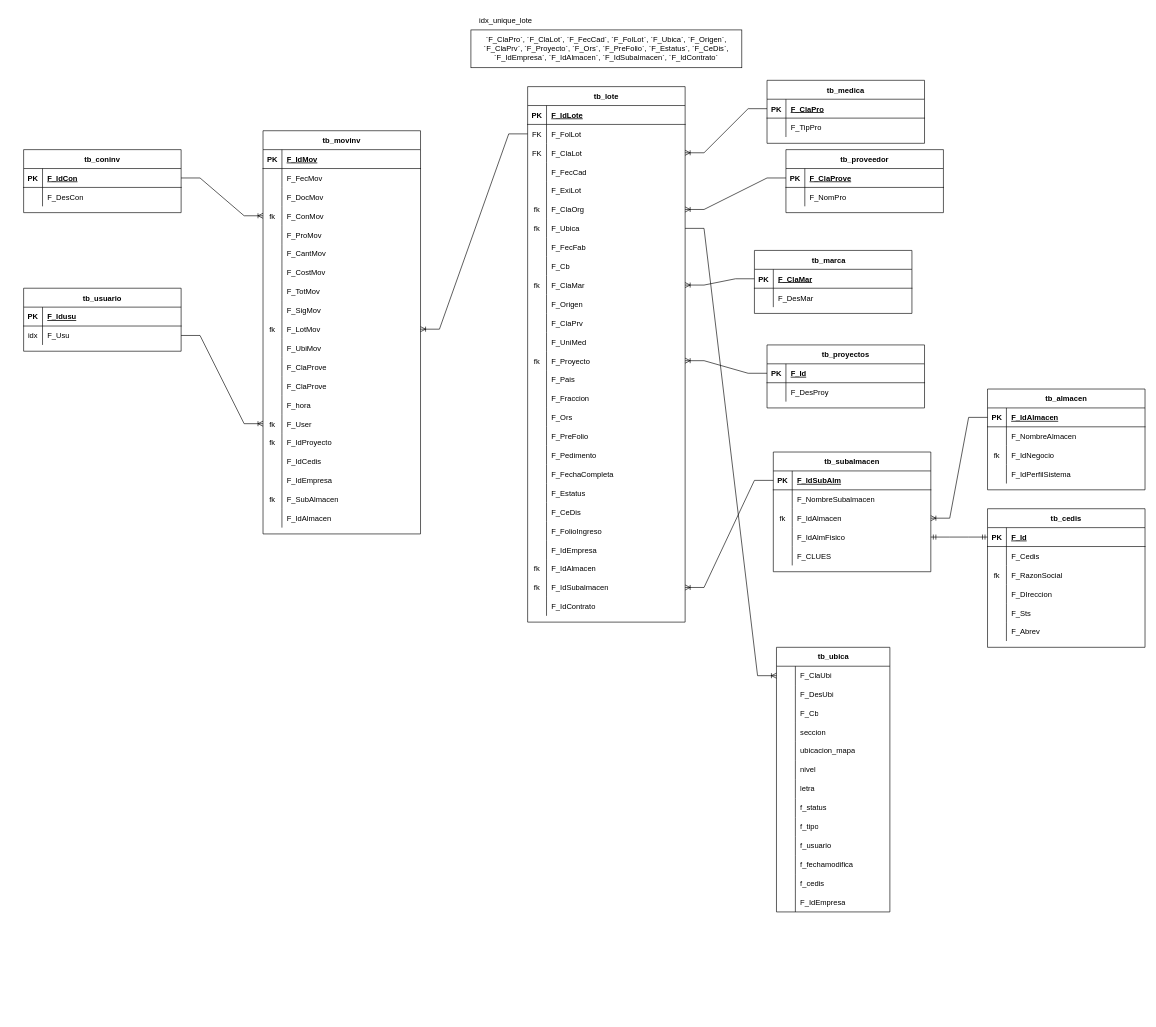
ErnestoDanielTafoyaMolinaCYM/clases-cat-cym keeps this draw.io diagram as TraspasosSubalmacenes.drawio. Above is the earlier version. Source tidied: cells renumbered, new cells numbered last; positions are measured from the earlier drawing's top-left corner, leaving out a move shared by most shapes. Both pictures are drawn from the tidied source at 63%, with x=0, y=0 at pixel (23, 11).
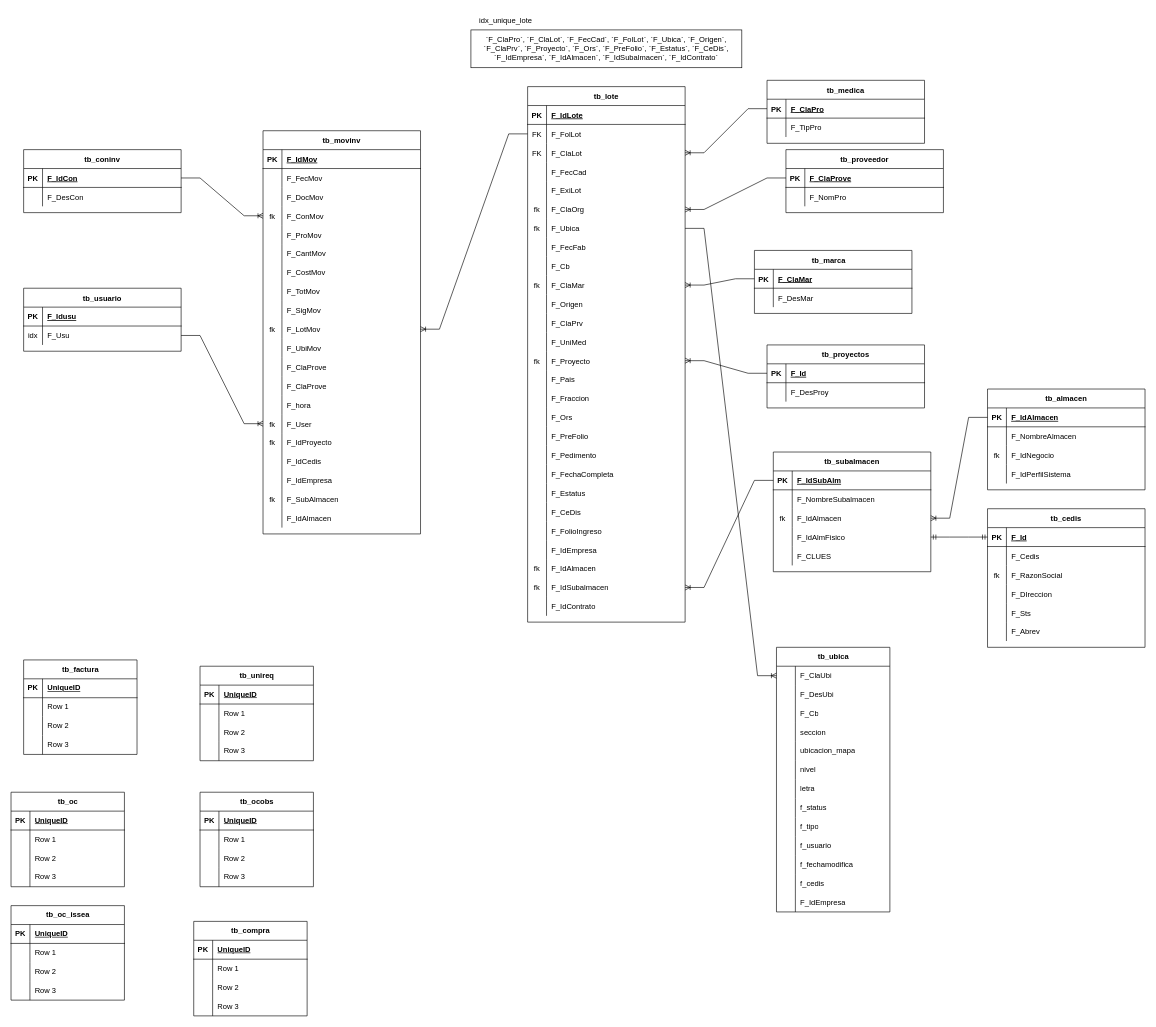
The same diagram, later.

Change to the diagram source:
```diff
@@
+    <mxCell id="289" value="tb_factura" style="shape=table;startSize=30;childLayout=tableLayout;rowLines=0;fontStyle=1;align=center;html=1;" parent="1" vertex="1">
+      <mxGeometry y="1030" width="180" height="150" as="geometry" />
+    </mxCell>
+    <mxCell id="290" style="shape=tableRow;horizontal=0;startSize=0;swimlaneHead=0;swimlaneBody=0;fillColor=none;top=0;left=0;right=0;bottom=1;" parent="289" vertex="1">
+      <mxGeometry y="30" width="180" height="30" as="geometry" />
+    </mxCell>
+    <mxCell id="291" value="PK" style="shape=partialRectangle;fillColor=none;top=0;left=0;bottom=0;right=0;fontStyle=1;overflow=hidden;whiteSpace=wrap;html=1;" parent="290" vertex="1">
+      <mxGeometry width="30" height="30" as="geometry" />
+    </mxCell>
+    <mxCell id="292" value="UniqueID" style="shape=partialRectangle;fillColor=none;top=0;left=0;bottom=0;right=0;align=left;spacingLeft=6;fontStyle=5;overflow=hidden;whiteSpace=wrap;html=1;" parent="290" vertex="1">
+      <mxGeometry x="30" width="150" height="30" as="geometry" />
+    </mxCell>
+    <mxCell id="293" style="shape=tableRow;horizontal=0;startSize=0;swimlaneHead=0;swimlaneBody=0;fillColor=none;top=0;left=0;right=0;bottom=0;" parent="289" vertex="1">
+      <mxGeometry y="60" width="180" height="30" as="geometry" />
+    </mxCell>
+    <mxCell id="294" style="shape=partialRectangle;fillColor=none;top=0;left=0;bottom=0;right=0;overflow=hidden;whiteSpace=wrap;html=1;" parent="293" vertex="1">
+      <mxGeometry width="30" height="30" as="geometry" />
+    </mxCell>
+    <mxCell id="295" value="Row 1" style="shape=partialRectangle;fillColor=none;top=0;left=0;bottom=0;right=0;align=left;spacingLeft=6;overflow=hidden;whiteSpace=wrap;html=1;" parent="293" vertex="1">
+      <mxGeometry x="30" width="150" height="30" as="geometry" />
+    </mxCell>
+    <mxCell id="296" style="shape=tableRow;horizontal=0;startSize=0;swimlaneHead=0;swimlaneBody=0;fillColor=none;top=0;left=0;right=0;bottom=0;" parent="289" vertex="1">
+      <mxGeometry y="90" width="180" height="30" as="geometry" />
+    </mxCell>
+    <mxCell id="297" style="shape=partialRectangle;fillColor=none;top=0;left=0;bottom=0;right=0;overflow=hidden;whiteSpace=wrap;html=1;" parent="296" vertex="1">
+      <mxGeometry width="30" height="30" as="geometry" />
+    </mxCell>
+    <mxCell id="298" value="Row 2" style="shape=partialRectangle;fillColor=none;top=0;left=0;bottom=0;right=0;align=left;spacingLeft=6;overflow=hidden;whiteSpace=wrap;html=1;" parent="296" vertex="1">
+      <mxGeometry x="30" width="150" height="30" as="geometry" />
+    </mxCell>
+    <mxCell id="299" style="shape=tableRow;horizontal=0;startSize=0;swimlaneHead=0;swimlaneBody=0;fillColor=none;top=0;left=0;right=0;bottom=0;" parent="289" vertex="1">
+      <mxGeometry y="120" width="180" height="30" as="geometry" />
+    </mxCell>
+    <mxCell id="300" style="shape=partialRectangle;fillColor=none;top=0;left=0;bottom=0;right=0;overflow=hidden;whiteSpace=wrap;html=1;" parent="299" vertex="1">
+      <mxGeometry width="30" height="30" as="geometry" />
+    </mxCell>
+    <mxCell id="301" value="Row 3" style="shape=partialRectangle;fillColor=none;top=0;left=0;bottom=0;right=0;align=left;spacingLeft=6;overflow=hidden;whiteSpace=wrap;html=1;" parent="299" vertex="1">
+      <mxGeometry x="30" width="150" height="30" as="geometry" />
+    </mxCell>
+    <mxCell id="302" value="tb_unireq" style="shape=table;startSize=30;childLayout=tableLayout;rowLines=0;fontStyle=1;align=center;html=1;" parent="1" vertex="1">
+      <mxGeometry x="280" y="1040" width="180" height="150" as="geometry" />
+    </mxCell>
+    <mxCell id="303" style="shape=tableRow;horizontal=0;startSize=0;swimlaneHead=0;swimlaneBody=0;fillColor=none;top=0;left=0;right=0;bottom=1;" parent="302" vertex="1">
+      <mxGeometry y="30" width="180" height="30" as="geometry" />
+    </mxCell>
+    <mxCell id="304" value="PK" style="shape=partialRectangle;fillColor=none;top=0;left=0;bottom=0;right=0;fontStyle=1;overflow=hidden;whiteSpace=wrap;html=1;" parent="303" vertex="1">
+      <mxGeometry width="30" height="30" as="geometry" />
+    </mxCell>
+    <mxCell id="305" value="UniqueID" style="shape=partialRectangle;fillColor=none;top=0;left=0;bottom=0;right=0;align=left;spacingLeft=6;fontStyle=5;overflow=hidden;whiteSpace=wrap;html=1;" parent="303" vertex="1">
+      <mxGeometry x="30" width="150" height="30" as="geometry" />
+    </mxCell>
+    <mxCell id="306" style="shape=tableRow;horizontal=0;startSize=0;swimlaneHead=0;swimlaneBody=0;fillColor=none;top=0;left=0;right=0;bottom=0;" parent="302" vertex="1">
+      <mxGeometry y="60" width="180" height="30" as="geometry" />
+    </mxCell>
+    <mxCell id="307" style="shape=partialRectangle;fillColor=none;top=0;left=0;bottom=0;right=0;overflow=hidden;whiteSpace=wrap;html=1;" parent="306" vertex="1">
+      <mxGeometry width="30" height="30" as="geometry" />
+    </mxCell>
+    <mxCell id="308" value="Row 1" style="shape=partialRectangle;fillColor=none;top=0;left=0;bottom=0;right=0;align=left;spacingLeft=6;overflow=hidden;whiteSpace=wrap;html=1;" parent="306" vertex="1">
+      <mxGeometry x="30" width="150" height="30" as="geometry" />
+    </mxCell>
+    <mxCell id="309" style="shape=tableRow;horizontal=0;startSize=0;swimlaneHead=0;swimlaneBody=0;fillColor=none;top=0;left=0;right=0;bottom=0;" parent="302" vertex="1">
+      <mxGeometry y="90" width="180" height="30" as="geometry" />
+    </mxCell>
+    <mxCell id="310" style="shape=partialRectangle;fillColor=none;top=0;left=0;bottom=0;right=0;overflow=hidden;whiteSpace=wrap;html=1;" parent="309" vertex="1">
+      <mxGeometry width="30" height="30" as="geometry" />
+    </mxCell>
+    <mxCell id="311" value="Row 2" style="shape=partialRectangle;fillColor=none;top=0;left=0;bottom=0;right=0;align=left;spacingLeft=6;overflow=hidden;whiteSpace=wrap;html=1;" parent="309" vertex="1">
+      <mxGeometry x="30" width="150" height="30" as="geometry" />
+    </mxCell>
+    <mxCell id="312" style="shape=tableRow;horizontal=0;startSize=0;swimlaneHead=0;swimlaneBody=0;fillColor=none;top=0;left=0;right=0;bottom=0;" parent="302" vertex="1">
+      <mxGeometry y="120" width="180" height="30" as="geometry" />
+    </mxCell>
+    <mxCell id="313" style="shape=partialRectangle;fillColor=none;top=0;left=0;bottom=0;right=0;overflow=hidden;whiteSpace=wrap;html=1;" parent="312" vertex="1">
+      <mxGeometry width="30" height="30" as="geometry" />
+    </mxCell>
+    <mxCell id="314" value="Row 3" style="shape=partialRectangle;fillColor=none;top=0;left=0;bottom=0;right=0;align=left;spacingLeft=6;overflow=hidden;whiteSpace=wrap;html=1;" parent="312" vertex="1">
+      <mxGeometry x="30" width="150" height="30" as="geometry" />
+    </mxCell>
+    <mxCell id="315" value="tb_oc" style="shape=table;startSize=30;childLayout=tableLayout;rowLines=0;fontStyle=1;align=center;html=1;" parent="1" vertex="1">
+      <mxGeometry x="-20" y="1240" width="180" height="150" as="geometry" />
+    </mxCell>
+    <mxCell id="316" style="shape=tableRow;horizontal=0;startSize=0;swimlaneHead=0;swimlaneBody=0;fillColor=none;top=0;left=0;right=0;bottom=1;" parent="315" vertex="1">
+      <mxGeometry y="30" width="180" height="30" as="geometry" />
+    </mxCell>
+    <mxCell id="317" value="PK" style="shape=partialRectangle;fillColor=none;top=0;left=0;bottom=0;right=0;fontStyle=1;overflow=hidden;whiteSpace=wrap;html=1;" parent="316" vertex="1">
+      <mxGeometry width="30" height="30" as="geometry" />
+    </mxCell>
+    <mxCell id="318" value="UniqueID" style="shape=partialRectangle;fillColor=none;top=0;left=0;bottom=0;right=0;align=left;spacingLeft=6;fontStyle=5;overflow=hidden;whiteSpace=wrap;html=1;" parent="316" vertex="1">
+      <mxGeometry x="30" width="150" height="30" as="geometry" />
+    </mxCell>
+    <mxCell id="319" style="shape=tableRow;horizontal=0;startSize=0;swimlaneHead=0;swimlaneBody=0;fillColor=none;top=0;left=0;right=0;bottom=0;" parent="315" vertex="1">
+      <mxGeometry y="60" width="180" height="30" as="geometry" />
+    </mxCell>
+    <mxCell id="320" style="shape=partialRectangle;fillColor=none;top=0;left=0;bottom=0;right=0;overflow=hidden;whiteSpace=wrap;html=1;" parent="319" vertex="1">
+      <mxGeometry width="30" height="30" as="geometry" />
+    </mxCell>
+    <mxCell id="321" value="Row 1" style="shape=partialRectangle;fillColor=none;top=0;left=0;bottom=0;right=0;align=left;spacingLeft=6;overflow=hidden;whiteSpace=wrap;html=1;" parent="319" vertex="1">
+      <mxGeometry x="30" width="150" height="30" as="geometry" />
+    </mxCell>
+    <mxCell id="322" style="shape=tableRow;horizontal=0;startSize=0;swimlaneHead=0;swimlaneBody=0;fillColor=none;top=0;left=0;right=0;bottom=0;" parent="315" vertex="1">
+      <mxGeometry y="90" width="180" height="30" as="geometry" />
+    </mxCell>
+    <mxCell id="323" style="shape=partialRectangle;fillColor=none;top=0;left=0;bottom=0;right=0;overflow=hidden;whiteSpace=wrap;html=1;" parent="322" vertex="1">
+      <mxGeometry width="30" height="30" as="geometry" />
+    </mxCell>
+    <mxCell id="324" value="Row 2" style="shape=partialRectangle;fillColor=none;top=0;left=0;bottom=0;right=0;align=left;spacingLeft=6;overflow=hidden;whiteSpace=wrap;html=1;" parent="322" vertex="1">
+      <mxGeometry x="30" width="150" height="30" as="geometry" />
+    </mxCell>
+    <mxCell id="325" style="shape=tableRow;horizontal=0;startSize=0;swimlaneHead=0;swimlaneBody=0;fillColor=none;top=0;left=0;right=0;bottom=0;" parent="315" vertex="1">
+      <mxGeometry y="120" width="180" height="30" as="geometry" />
+    </mxCell>
+    <mxCell id="326" style="shape=partialRectangle;fillColor=none;top=0;left=0;bottom=0;right=0;overflow=hidden;whiteSpace=wrap;html=1;" parent="325" vertex="1">
+      <mxGeometry width="30" height="30" as="geometry" />
+    </mxCell>
+    <mxCell id="327" value="Row 3" style="shape=partialRectangle;fillColor=none;top=0;left=0;bottom=0;right=0;align=left;spacingLeft=6;overflow=hidden;whiteSpace=wrap;html=1;" parent="325" vertex="1">
+      <mxGeometry x="30" width="150" height="30" as="geometry" />
+    </mxCell>
+    <mxCell id="328" value="tb_ocobs" style="shape=table;startSize=30;childLayout=tableLayout;rowLines=0;fontStyle=1;align=center;html=1;" parent="1" vertex="1">
+      <mxGeometry x="280" y="1240" width="180" height="150" as="geometry" />
+    </mxCell>
+    <mxCell id="329" style="shape=tableRow;horizontal=0;startSize=0;swimlaneHead=0;swimlaneBody=0;fillColor=none;top=0;left=0;right=0;bottom=1;" parent="328" vertex="1">
+      <mxGeometry y="30" width="180" height="30" as="geometry" />
+    </mxCell>
+    <mxCell id="330" value="PK" style="shape=partialRectangle;fillColor=none;top=0;left=0;bottom=0;right=0;fontStyle=1;overflow=hidden;whiteSpace=wrap;html=1;" parent="329" vertex="1">
+      <mxGeometry width="30" height="30" as="geometry" />
+    </mxCell>
+    <mxCell id="331" value="UniqueID" style="shape=partialRectangle;fillColor=none;top=0;left=0;bottom=0;right=0;align=left;spacingLeft=6;fontStyle=5;overflow=hidden;whiteSpace=wrap;html=1;" parent="329" vertex="1">
+      <mxGeometry x="30" width="150" height="30" as="geometry" />
+    </mxCell>
+    <mxCell id="332" style="shape=tableRow;horizontal=0;startSize=0;swimlaneHead=0;swimlaneBody=0;fillColor=none;top=0;left=0;right=0;bottom=0;" parent="328" vertex="1">
+      <mxGeometry y="60" width="180" height="30" as="geometry" />
+    </mxCell>
+    <mxCell id="333" style="shape=partialRectangle;fillColor=none;top=0;left=0;bottom=0;right=0;overflow=hidden;whiteSpace=wrap;html=1;" parent="332" vertex="1">
+      <mxGeometry width="30" height="30" as="geometry" />
+    </mxCell>
+    <mxCell id="334" value="Row 1" style="shape=partialRectangle;fillColor=none;top=0;left=0;bottom=0;right=0;align=left;spacingLeft=6;overflow=hidden;whiteSpace=wrap;html=1;" parent="332" vertex="1">
+      <mxGeometry x="30" width="150" height="30" as="geometry" />
+    </mxCell>
+    <mxCell id="335" style="shape=tableRow;horizontal=0;startSize=0;swimlaneHead=0;swimlaneBody=0;fillColor=none;top=0;left=0;right=0;bottom=0;" parent="328" vertex="1">
+      <mxGeometry y="90" width="180" height="30" as="geometry" />
+    </mxCell>
+    <mxCell id="336" style="shape=partialRectangle;fillColor=none;top=0;left=0;bottom=0;right=0;overflow=hidden;whiteSpace=wrap;html=1;" parent="335" vertex="1">
+      <mxGeometry width="30" height="30" as="geometry" />
+    </mxCell>
+    <mxCell id="337" value="Row 2" style="shape=partialRectangle;fillColor=none;top=0;left=0;bottom=0;right=0;align=left;spacingLeft=6;overflow=hidden;whiteSpace=wrap;html=1;" parent="335" vertex="1">
+      <mxGeometry x="30" width="150" height="30" as="geometry" />
+    </mxCell>
+    <mxCell id="338" style="shape=tableRow;horizontal=0;startSize=0;swimlaneHead=0;swimlaneBody=0;fillColor=none;top=0;left=0;right=0;bottom=0;" parent="328" vertex="1">
+      <mxGeometry y="120" width="180" height="30" as="geometry" />
+    </mxCell>
+    <mxCell id="339" style="shape=partialRectangle;fillColor=none;top=0;left=0;bottom=0;right=0;overflow=hidden;whiteSpace=wrap;html=1;" parent="338" vertex="1">
+      <mxGeometry width="30" height="30" as="geometry" />
+    </mxCell>
+    <mxCell id="340" value="Row 3" style="shape=partialRectangle;fillColor=none;top=0;left=0;bottom=0;right=0;align=left;spacingLeft=6;overflow=hidden;whiteSpace=wrap;html=1;" parent="338" vertex="1">
+      <mxGeometry x="30" width="150" height="30" as="geometry" />
+    </mxCell>
+    <mxCell id="341" value="tb_oc_issea" style="shape=table;startSize=30;childLayout=tableLayout;rowLines=0;fontStyle=1;align=center;html=1;" parent="1" vertex="1">
+      <mxGeometry x="-20" y="1420" width="180" height="150" as="geometry" />
+    </mxCell>
+    <mxCell id="342" style="shape=tableRow;horizontal=0;startSize=0;swimlaneHead=0;swimlaneBody=0;fillColor=none;top=0;left=0;right=0;bottom=1;" parent="341" vertex="1">
+      <mxGeometry y="30" width="180" height="30" as="geometry" />
+    </mxCell>
+    <mxCell id="343" value="PK" style="shape=partialRectangle;fillColor=none;top=0;left=0;bottom=0;right=0;fontStyle=1;overflow=hidden;whiteSpace=wrap;html=1;" parent="342" vertex="1">
+      <mxGeometry width="30" height="30" as="geometry" />
+    </mxCell>
+    <mxCell id="344" value="UniqueID" style="shape=partialRectangle;fillColor=none;top=0;left=0;bottom=0;right=0;align=left;spacingLeft=6;fontStyle=5;overflow=hidden;whiteSpace=wrap;html=1;" parent="342" vertex="1">
+      <mxGeometry x="30" width="150" height="30" as="geometry" />
+    </mxCell>
+    <mxCell id="345" style="shape=tableRow;horizontal=0;startSize=0;swimlaneHead=0;swimlaneBody=0;fillColor=none;top=0;left=0;right=0;bottom=0;" parent="341" vertex="1">
+      <mxGeometry y="60" width="180" height="30" as="geometry" />
+    </mxCell>
+    <mxCell id="346" style="shape=partialRectangle;fillColor=none;top=0;left=0;bottom=0;right=0;overflow=hidden;whiteSpace=wrap;html=1;" parent="345" vertex="1">
+      <mxGeometry width="30" height="30" as="geometry" />
+    </mxCell>
+    <mxCell id="347" value="Row 1" style="shape=partialRectangle;fillColor=none;top=0;left=0;bottom=0;right=0;align=left;spacingLeft=6;overflow=hidden;whiteSpace=wrap;html=1;" parent="345" vertex="1">
+      <mxGeometry x="30" width="150" height="30" as="geometry" />
+    </mxCell>
+    <mxCell id="348" style="shape=tableRow;horizontal=0;startSize=0;swimlaneHead=0;swimlaneBody=0;fillColor=none;top=0;left=0;right=0;bottom=0;" parent="341" vertex="1">
+      <mxGeometry y="90" width="180" height="30" as="geometry" />
+    </mxCell>
+    <mxCell id="349" style="shape=partialRectangle;fillColor=none;top=0;left=0;bottom=0;right=0;overflow=hidden;whiteSpace=wrap;html=1;" parent="348" vertex="1">
+      <mxGeometry width="30" height="30" as="geometry" />
+    </mxCell>
+    <mxCell id="350" value="Row 2" style="shape=partialRectangle;fillColor=none;top=0;left=0;bottom=0;right=0;align=left;spacingLeft=6;overflow=hidden;whiteSpace=wrap;html=1;" parent="348" vertex="1">
+      <mxGeometry x="30" width="150" height="30" as="geometry" />
+    </mxCell>
+    <mxCell id="351" style="shape=tableRow;horizontal=0;startSize=0;swimlaneHead=0;swimlaneBody=0;fillColor=none;top=0;left=0;right=0;bottom=0;" parent="341" vertex="1">
+      <mxGeometry y="120" width="180" height="30" as="geometry" />
+    </mxCell>
+    <mxCell id="352" style="shape=partialRectangle;fillColor=none;top=0;left=0;bottom=0;right=0;overflow=hidden;whiteSpace=wrap;html=1;" parent="351" vertex="1">
+      <mxGeometry width="30" height="30" as="geometry" />
+    </mxCell>
+    <mxCell id="353" value="Row 3" style="shape=partialRectangle;fillColor=none;top=0;left=0;bottom=0;right=0;align=left;spacingLeft=6;overflow=hidden;whiteSpace=wrap;html=1;" parent="351" vertex="1">
+      <mxGeometry x="30" width="150" height="30" as="geometry" />
+    </mxCell>
+    <mxCell id="354" value="tb_compra" style="shape=table;startSize=30;childLayout=tableLayout;rowLines=0;fontStyle=1;align=center;html=1;" parent="1" vertex="1">
+      <mxGeometry x="270" y="1445" width="180" height="150" as="geometry" />
+    </mxCell>
+    <mxCell id="355" style="shape=tableRow;horizontal=0;startSize=0;swimlaneHead=0;swimlaneBody=0;fillColor=none;top=0;left=0;right=0;bottom=1;" parent="354" vertex="1">
+      <mxGeometry y="30" width="180" height="30" as="geometry" />
+    </mxCell>
+    <mxCell id="356" value="PK" style="shape=partialRectangle;fillColor=none;top=0;left=0;bottom=0;right=0;fontStyle=1;overflow=hidden;whiteSpace=wrap;html=1;" parent="355" vertex="1">
+      <mxGeometry width="30" height="30" as="geometry" />
+    </mxCell>
+    <mxCell id="357" value="UniqueID" style="shape=partialRectangle;fillColor=none;top=0;left=0;bottom=0;right=0;align=left;spacingLeft=6;fontStyle=5;overflow=hidden;whiteSpace=wrap;html=1;" parent="355" vertex="1">
+      <mxGeometry x="30" width="150" height="30" as="geometry" />
+    </mxCell>
+    <mxCell id="358" style="shape=tableRow;horizontal=0;startSize=0;swimlaneHead=0;swimlaneBody=0;fillColor=none;top=0;left=0;right=0;bottom=0;" parent="354" vertex="1">
+      <mxGeometry y="60" width="180" height="30" as="geometry" />
+    </mxCell>
+    <mxCell id="359" style="shape=partialRectangle;fillColor=none;top=0;left=0;bottom=0;right=0;overflow=hidden;whiteSpace=wrap;html=1;" parent="358" vertex="1">
+      <mxGeometry width="30" height="30" as="geometry" />
+    </mxCell>
+    <mxCell id="360" value="Row 1" style="shape=partialRectangle;fillColor=none;top=0;left=0;bottom=0;right=0;align=left;spacingLeft=6;overflow=hidden;whiteSpace=wrap;html=1;" parent="358" vertex="1">
+      <mxGeometry x="30" width="150" height="30" as="geometry" />
+    </mxCell>
+    <mxCell id="361" style="shape=tableRow;horizontal=0;startSize=0;swimlaneHead=0;swimlaneBody=0;fillColor=none;top=0;left=0;right=0;bottom=0;" parent="354" vertex="1">
+      <mxGeometry y="90" width="180" height="30" as="geometry" />
+    </mxCell>
+    <mxCell id="362" style="shape=partialRectangle;fillColor=none;top=0;left=0;bottom=0;right=0;overflow=hidden;whiteSpace=wrap;html=1;" parent="361" vertex="1">
+      <mxGeometry width="30" height="30" as="geometry" />
+    </mxCell>
+    <mxCell id="363" value="Row 2" style="shape=partialRectangle;fillColor=none;top=0;left=0;bottom=0;right=0;align=left;spacingLeft=6;overflow=hidden;whiteSpace=wrap;html=1;" parent="361" vertex="1">
+      <mxGeometry x="30" width="150" height="30" as="geometry" />
+    </mxCell>
+    <mxCell id="364" style="shape=tableRow;horizontal=0;startSize=0;swimlaneHead=0;swimlaneBody=0;fillColor=none;top=0;left=0;right=0;bottom=0;" parent="354" vertex="1">
+      <mxGeometry y="120" width="180" height="30" as="geometry" />
+    </mxCell>
+    <mxCell id="365" style="shape=partialRectangle;fillColor=none;top=0;left=0;bottom=0;right=0;overflow=hidden;whiteSpace=wrap;html=1;" parent="364" vertex="1">
+      <mxGeometry width="30" height="30" as="geometry" />
+    </mxCell>
+    <mxCell id="366" value="Row 3" style="shape=partialRectangle;fillColor=none;top=0;left=0;bottom=0;right=0;align=left;spacingLeft=6;overflow=hidden;whiteSpace=wrap;html=1;" parent="364" vertex="1">
+      <mxGeometry x="30" width="150" height="30" as="geometry" />
+    </mxCell>
```
